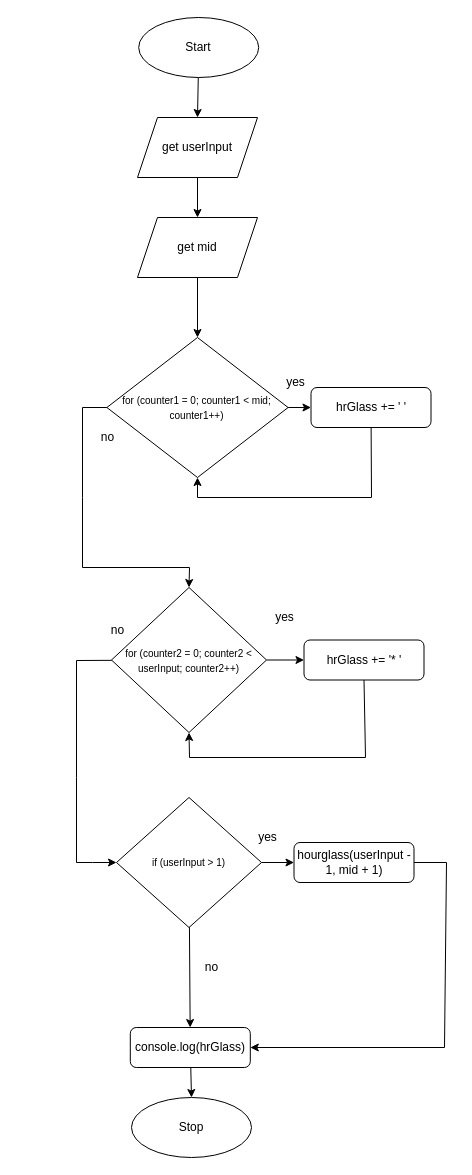
Earlier version of the draw.io diagram Drawio/Flowchart.drawio (JacksonNaufal/ics4u-assignment-4-typescript). Source tidied: cells renumbered, new cells numbered last; positions are measured from the earlier drawing's top-left corner, leaving out a move shared by most shapes. Both pictures are drawn from the tidied source at 100%, with x=0, y=0 at pixel (76, 17).
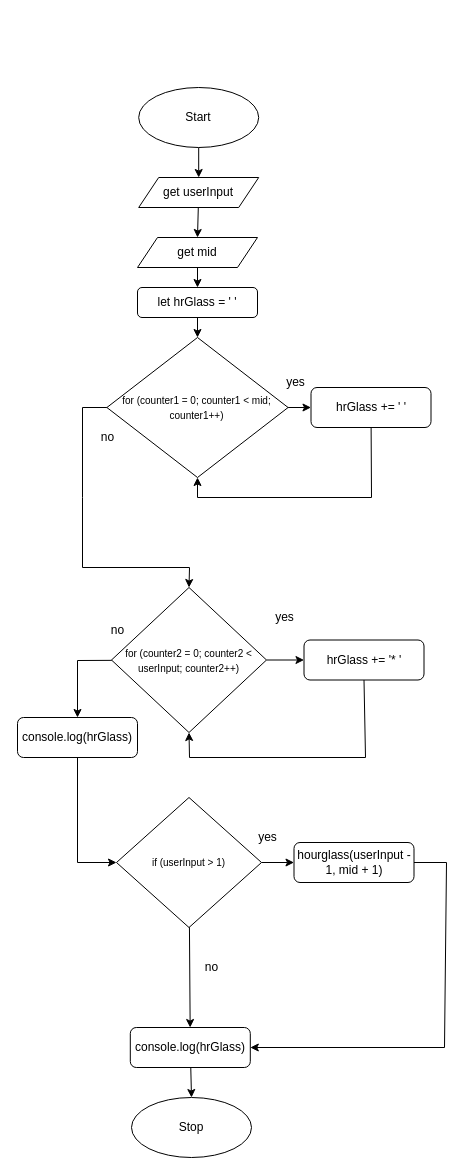
The same diagram, later.

The change refers to these unchanged cells:
```xml
<mxCell id="7" value="&lt;font style=&quot;font-size: 10px&quot;&gt;for (counter1 = 0; counter1 &amp;lt; mid; counter1++)&lt;/font&gt;" style="rhombus;whiteSpace=wrap;html=1;" parent="1" vertex="1">
  <mxGeometry x="30.4" y="320" width="181.2" height="140" as="geometry" />
</mxCell>
<mxCell id="10" value="&lt;span style=&quot;font-size: 10px&quot;&gt;for (counter2 = 0; counter2 &amp;lt; userInput; counter2++)&lt;/span&gt;" style="rhombus;whiteSpace=wrap;html=1;" parent="1" vertex="1">
  <mxGeometry x="35" y="570" width="155" height="145" as="geometry" />
</mxCell>
<mxCell id="13" value="&lt;span style=&quot;font-size: 10px&quot;&gt;if (userInput &amp;gt; 1)&lt;/span&gt;" style="rhombus;whiteSpace=wrap;html=1;" parent="1" vertex="1">
  <mxGeometry x="40" y="780" width="145" height="130" as="geometry" />
</mxCell>
```

The edit, as a diff of the source:
```diff
@@
     <mxCell id="3" value="Start" style="ellipse;whiteSpace=wrap;html=1;" parent="1" vertex="1">
-      <mxGeometry x="62.2" width="120" height="60" as="geometry" />
+      <mxGeometry x="62.2" y="70" width="120" height="60" as="geometry" />
     </mxCell>
@@
-    <mxCell id="9" style="edgeStyle=none;rounded=0;html=1;entryX=0;entryY=0.5;entryDx=0;entryDy=0;endArrow=classic;endFill=1;" parent="1" edge="1" source="10" target="13">
-      <mxGeometry relative="1" as="geometry">
-        <Array as="points">
-          <mxPoint y="643" />
-          <mxPoint y="760" />
-          <mxPoint y="845" />
-          <mxPoint x="16" y="845" />
-        </Array>
-      </mxGeometry>
-    </mxCell>
+    <mxCell id="32" style="edgeStyle=none;rounded=0;html=1;entryX=0.5;entryY=0;entryDx=0;entryDy=0;" parent="1" edge="1" source="10" target="37">
+      <mxGeometry relative="1" as="geometry">
+        <Array as="points">
+          <mxPoint x="1" y="643" />
+        </Array>
+      </mxGeometry>
+    </mxCell>
@@
     <mxCell id="28" value="get userInput" style="shape=parallelogram;perimeter=parallelogramPerimeter;whiteSpace=wrap;html=1;fixedSize=1;" parent="1" vertex="1">
-      <mxGeometry x="61" y="100" width="120" height="60" as="geometry" />
+      <mxGeometry x="62.2" y="160" width="120" height="30" as="geometry" />
     </mxCell>
@@
-    <mxCell id="30" style="edgeStyle=none;html=1;entryX=0.5;entryY=0;entryDx=0;entryDy=0;" parent="1" edge="1" source="31" target="7">
-      <mxGeometry relative="1" as="geometry" />
-    </mxCell>
+    <mxCell id="33" style="edgeStyle=none;html=1;entryX=0.5;entryY=0;entryDx=0;entryDy=0;" parent="1" edge="1" source="31" target="35">
+      <mxGeometry relative="1" as="geometry" />
+    </mxCell>
     <mxCell id="31" value="get mid" style="shape=parallelogram;perimeter=parallelogramPerimeter;whiteSpace=wrap;html=1;fixedSize=1;" parent="1" vertex="1">
-      <mxGeometry x="61" y="200" width="120" height="60" as="geometry" />
+      <mxGeometry x="61" y="220" width="120" height="30" as="geometry" />
     </mxCell>
+    <mxCell id="34" style="edgeStyle=none;html=1;entryX=0.5;entryY=0;entryDx=0;entryDy=0;" parent="1" edge="1" source="35" target="7">
+      <mxGeometry relative="1" as="geometry" />
+    </mxCell>
+    <mxCell id="35" value="&lt;span&gt;let hrGlass = ' '&lt;/span&gt;" style="rounded=1;whiteSpace=wrap;html=1;" parent="1" vertex="1">
+      <mxGeometry x="61" y="270" width="120" height="30" as="geometry" />
+    </mxCell>
+    <mxCell id="36" style="edgeStyle=none;rounded=0;html=1;entryX=0;entryY=0.5;entryDx=0;entryDy=0;" parent="1" edge="1" source="37" target="13">
+      <mxGeometry relative="1" as="geometry">
+        <Array as="points">
+          <mxPoint x="1" y="845" />
+        </Array>
+      </mxGeometry>
+    </mxCell>
+    <mxCell id="37" value="console.log(hrGlass)" style="rounded=1;whiteSpace=wrap;html=1;" parent="1" vertex="1">
+      <mxGeometry x="-59" y="700" width="120" height="40" as="geometry" />
+    </mxCell>
```
